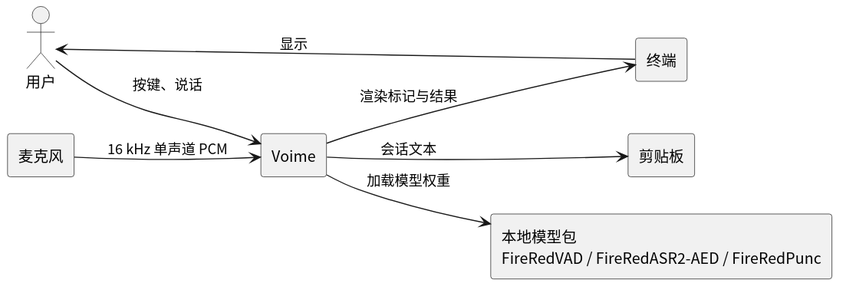
This is diagram/general-architecture.svg from 54m43lJ/voime, a PlantUML export, as it was before one commit.
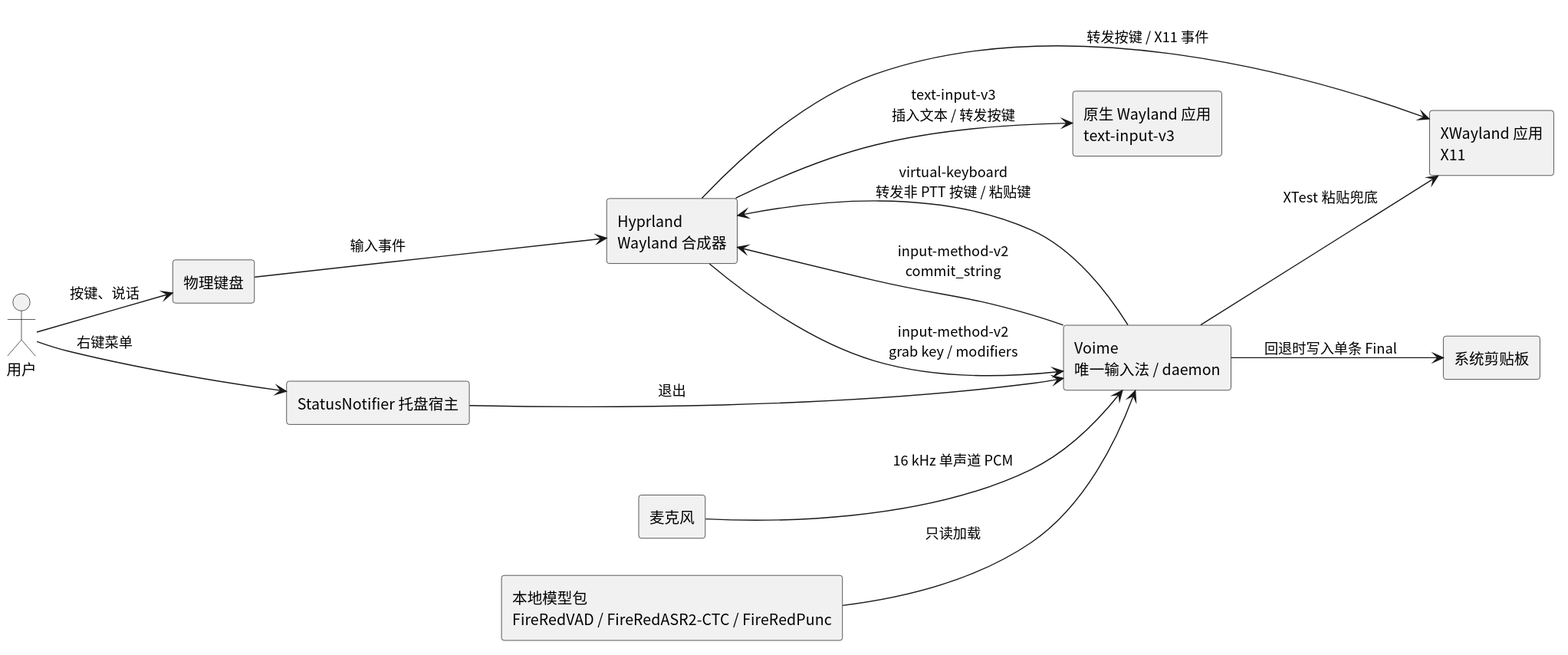
After the commit.

Diff of the diagram source:
```diff
@@ -5,16 +5,27 @@
 left to right direction
 
 actor "用户" as User
-component "Voime" as App
+component "物理键盘" as Keyboard
+component "Hyprland\nWayland 合成器" as Hyprland
+component "Voime\n唯一输入法 / daemon" as Voime
+component "原生 Wayland 应用\ntext-input-v3" as WaylandApp
+component "XWayland 应用\nX11" as XApp
 component "麦克风" as Mic
-component "终端" as Term
-component "剪贴板" as Clip
-component "本地模型包\nFireRedVAD / FireRedASR2-AED / FireRedPunc" as Models
+component "本地模型包\nFireRedVAD / FireRedASR2-CTC / FireRedPunc" as Models
+component "系统剪贴板" as Clip
+component "StatusNotifier 托盘宿主" as Tray
 
-User --> App : 按键、说话
-App --> Term : 渲染标记与结果
-Term --> User : 显示
-Mic --> App : 16 kHz 单声道 PCM
-App --> Clip : 会话文本
-App --> Models : 加载模型权重
+User --> Keyboard : 按键、说话
+Keyboard --> Hyprland : 输入事件
+Hyprland --> Voime : input-method-v2\ngrab key / modifiers
+Voime --> Hyprland : virtual-keyboard\n转发非 PTT 按键 / 粘贴键
+Voime --> Hyprland : input-method-v2\ncommit_string
+Hyprland --> WaylandApp : text-input-v3\n插入文本 / 转发按键
+Hyprland --> XApp : 转发按键 / X11 事件
+Voime --> Clip : 回退时写入单条 Final
+Voime --> XApp : XTest 粘贴兜底
+Mic --> Voime : 16 kHz 单声道 PCM
+Models --> Voime : 只读加载
+Tray --> Voime : 退出
+User --> Tray : 右键菜单
 @enduml
```
